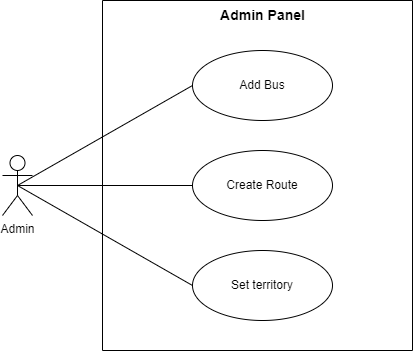
The draw.io diagram NTU Ride Pilot/Documentation/Diagrams/UseCaseDiagrams/BusesManagement.drawio.png in Abubakar-doc/FYP-24-SE-A-204, before a commit. Source tidied: cells renumbered, new cells last; positions are measured from the earlier drawing's top-left corner, leaving out a move shared by most shapes. Source of this version:
```xml
<mxGraphModel>
  <root>
    <mxCell id="0" />
    <mxCell id="1" parent="0" />
    <mxCell id="2" style="swimlane;startSize=0;" parent="1" vertex="1">
      <mxGeometry x="100" width="310" height="350" as="geometry" />
    </mxCell>
    <mxCell id="3" value="Add Bus" style="ellipse;whiteSpace=wrap;html=1;fillColor=none;" parent="2" vertex="1">
      <mxGeometry x="90" y="50" width="140" height="70" as="geometry" />
    </mxCell>
    <mxCell id="4" value="Create Route" style="ellipse;whiteSpace=wrap;html=1;fillColor=none;" parent="2" vertex="1">
      <mxGeometry x="90" y="150" width="140" height="70" as="geometry" />
    </mxCell>
    <mxCell id="5" value="Set territory" style="ellipse;whiteSpace=wrap;html=1;fillColor=none;" parent="2" vertex="1">
      <mxGeometry x="90" y="250" width="140" height="70" as="geometry" />
    </mxCell>
    <mxCell id="6" value="Admin Panel" style="text;html=1;align=center;verticalAlign=middle;strokeColor=none;fillColor=none;fontStyle=1;fontSize=14;" parent="2" vertex="1">
      <mxGeometry x="110" width="100" height="30" as="geometry" />
    </mxCell>
    <mxCell id="7" style="rounded=0;jettySize=auto;html=1;exitX=0.5;exitY=0.5;exitDx=0;exitDy=0;exitPerimeter=0;entryX=0;entryY=0.5;entryDx=0;entryDy=0;endArrow=none;startFill=0;" parent="1" edge="1" source="10" target="4">
      <mxGeometry relative="1" as="geometry" />
    </mxCell>
    <mxCell id="8" style="rounded=0;jettySize=auto;html=1;exitX=0.5;exitY=0.5;exitDx=0;exitDy=0;exitPerimeter=0;entryX=0;entryY=0.5;entryDx=0;entryDy=0;endArrow=none;startFill=0;" parent="1" edge="1" source="10" target="3">
      <mxGeometry relative="1" as="geometry" />
    </mxCell>
    <mxCell id="9" style="rounded=0;jettySize=auto;html=1;exitX=0.5;exitY=0.5;exitDx=0;exitDy=0;exitPerimeter=0;entryX=0;entryY=0.5;entryDx=0;entryDy=0;endArrow=none;startFill=0;" parent="1" edge="1" source="10" target="5">
      <mxGeometry relative="1" as="geometry" />
    </mxCell>
    <mxCell id="10" value="Admin" style="shape=umlActor;verticalLabelPosition=bottom;verticalAlign=top;html=1;" parent="1" vertex="1">
      <mxGeometry y="155" width="30" height="60" as="geometry" />
    </mxCell>
  </root>
</mxGraphModel>
```
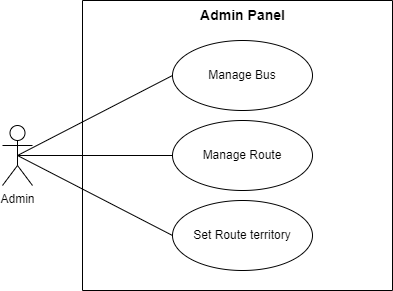
Above is the later version.

Change to the diagram source:
```diff
@@ -3,16 +3,16 @@
     <mxCell id="0" />
     <mxCell id="1" parent="0" />
     <mxCell id="2" style="swimlane;startSize=0;" parent="1" vertex="1">
-      <mxGeometry x="100" width="310" height="350" as="geometry" />
+      <mxGeometry x="100" width="310" height="290" as="geometry" />
     </mxCell>
-    <mxCell id="3" value="Add Bus" style="ellipse;whiteSpace=wrap;html=1;fillColor=none;" parent="2" vertex="1">
-      <mxGeometry x="90" y="50" width="140" height="70" as="geometry" />
+    <mxCell id="3" value="Manage Bus" style="ellipse;whiteSpace=wrap;html=1;fillColor=none;" parent="2" vertex="1">
+      <mxGeometry x="90" y="40" width="140" height="70" as="geometry" />
     </mxCell>
-    <mxCell id="4" value="Create Route" style="ellipse;whiteSpace=wrap;html=1;fillColor=none;" parent="2" vertex="1">
-      <mxGeometry x="90" y="150" width="140" height="70" as="geometry" />
+    <mxCell id="4" value="Manage&amp;nbsp;Route" style="ellipse;whiteSpace=wrap;html=1;fillColor=none;" parent="2" vertex="1">
+      <mxGeometry x="90" y="120" width="140" height="70" as="geometry" />
     </mxCell>
-    <mxCell id="5" value="Set territory" style="ellipse;whiteSpace=wrap;html=1;fillColor=none;" parent="2" vertex="1">
-      <mxGeometry x="90" y="250" width="140" height="70" as="geometry" />
+    <mxCell id="5" value="Set Route territory" style="ellipse;whiteSpace=wrap;html=1;fillColor=none;" parent="2" vertex="1">
+      <mxGeometry x="90" y="200" width="140" height="70" as="geometry" />
     </mxCell>
     <mxCell id="6" value="Admin Panel" style="text;html=1;align=center;verticalAlign=middle;strokeColor=none;fillColor=none;fontStyle=1;fontSize=14;" parent="2" vertex="1">
       <mxGeometry x="110" width="100" height="30" as="geometry" />
@@ -27,7 +27,7 @@
       <mxGeometry relative="1" as="geometry" />
     </mxCell>
     <mxCell id="10" value="Admin" style="shape=umlActor;verticalLabelPosition=bottom;verticalAlign=top;html=1;" parent="1" vertex="1">
-      <mxGeometry y="155" width="30" height="60" as="geometry" />
+      <mxGeometry x="20" y="125" width="30" height="60" as="geometry" />
     </mxCell>
   </root>
 </mxGraphModel>
```
